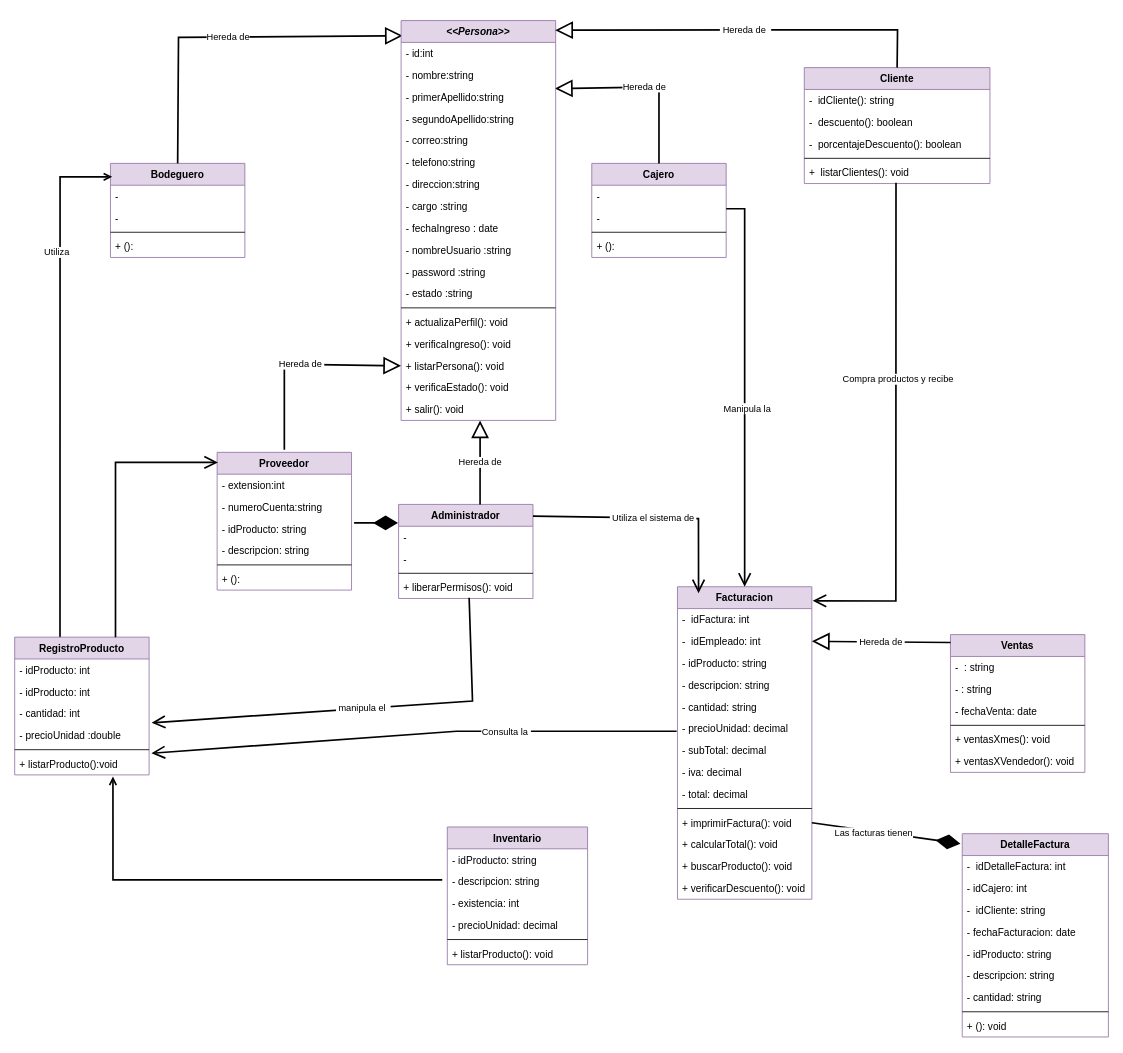
DannyST89/Proyecto-Final keeps this draw.io diagram as Etapa 01/Diagrama de Clases.drawio. Above is the earlier version. Source tidied: cells renumbered, new cells numbered last; positions are measured from the earlier drawing's top-left corner, leaving out a move shared by most shapes. Both pictures are drawn from the tidied source at 84%, with x=0, y=0 at pixel (14, 20).
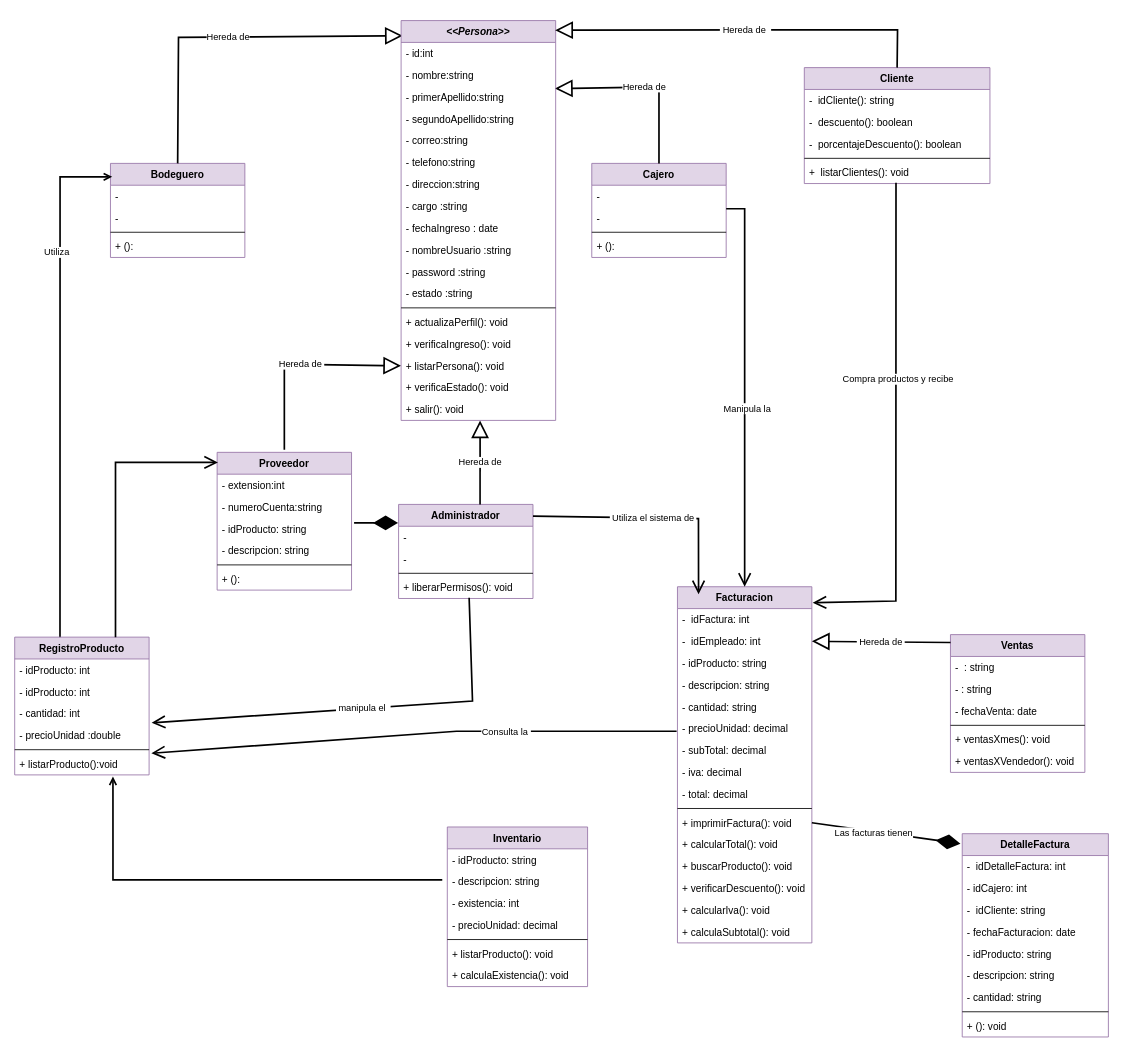
After the change.

Change to the diagram source:
```diff
@@
     <mxCell id="30" value="Inventario" style="swimlane;fontStyle=1;align=center;verticalAlign=top;horizontal=1;startSize=26;fillColor=#e1d5e7;strokeColor=#9673a6;" parent="1" vertex="1">
-      <mxGeometry x="515" y="960" width="167" height="164" as="geometry" />
+      <mxGeometry x="515" y="960" width="167" height="190" as="geometry" />
     </mxCell>
@@
+    <mxCell id="116" value="+ listarProducto(): void " style="text;strokeColor=none;fillColor=none;align=left;verticalAlign=top;spacingLeft=4;spacingRight=4;overflow=hidden;" parent="30" vertex="1">
+      <mxGeometry y="138" width="167" height="26" as="geometry" />
+    </mxCell>
-    <mxCell id="36" value="+ listarProducto(): void " style="text;strokeColor=none;fillColor=none;align=left;verticalAlign=top;spacingLeft=4;spacingRight=4;overflow=hidden;" parent="30" vertex="1">
-      <mxGeometry y="138" width="167" height="26" as="geometry" />
+    <mxCell id="36" value="+ calculaExistencia(): void " style="text;strokeColor=none;fillColor=none;align=left;verticalAlign=top;spacingLeft=4;spacingRight=4;overflow=hidden;" parent="30" vertex="1">
+      <mxGeometry y="164" width="167" height="26" as="geometry" />
     </mxCell>
     <mxCell id="37" value="Facturacion" style="swimlane;fontStyle=1;align=center;verticalAlign=top;horizontal=1;startSize=26;fillColor=#e1d5e7;strokeColor=#9673a6;" parent="1" vertex="1">
-      <mxGeometry x="789" y="674" width="160" height="372" as="geometry" />
+      <mxGeometry x="789" y="674" width="160" height="424" as="geometry" />
     </mxCell>
@@
+    <mxCell id="117" value="+ calcularIva(): void" style="text;strokeColor=none;fillColor=none;align=left;verticalAlign=top;spacingLeft=4;spacingRight=4;overflow=hidden;" parent="37" vertex="1">
+      <mxGeometry y="372" width="160" height="26" as="geometry" />
+    </mxCell>
+    <mxCell id="118" value="+ calculaSubtotal(): void" style="text;strokeColor=none;fillColor=none;align=left;verticalAlign=top;spacingLeft=4;spacingRight=4;overflow=hidden;" parent="37" vertex="1">
+      <mxGeometry y="398" width="160" height="26" as="geometry" />
+    </mxCell>
```
